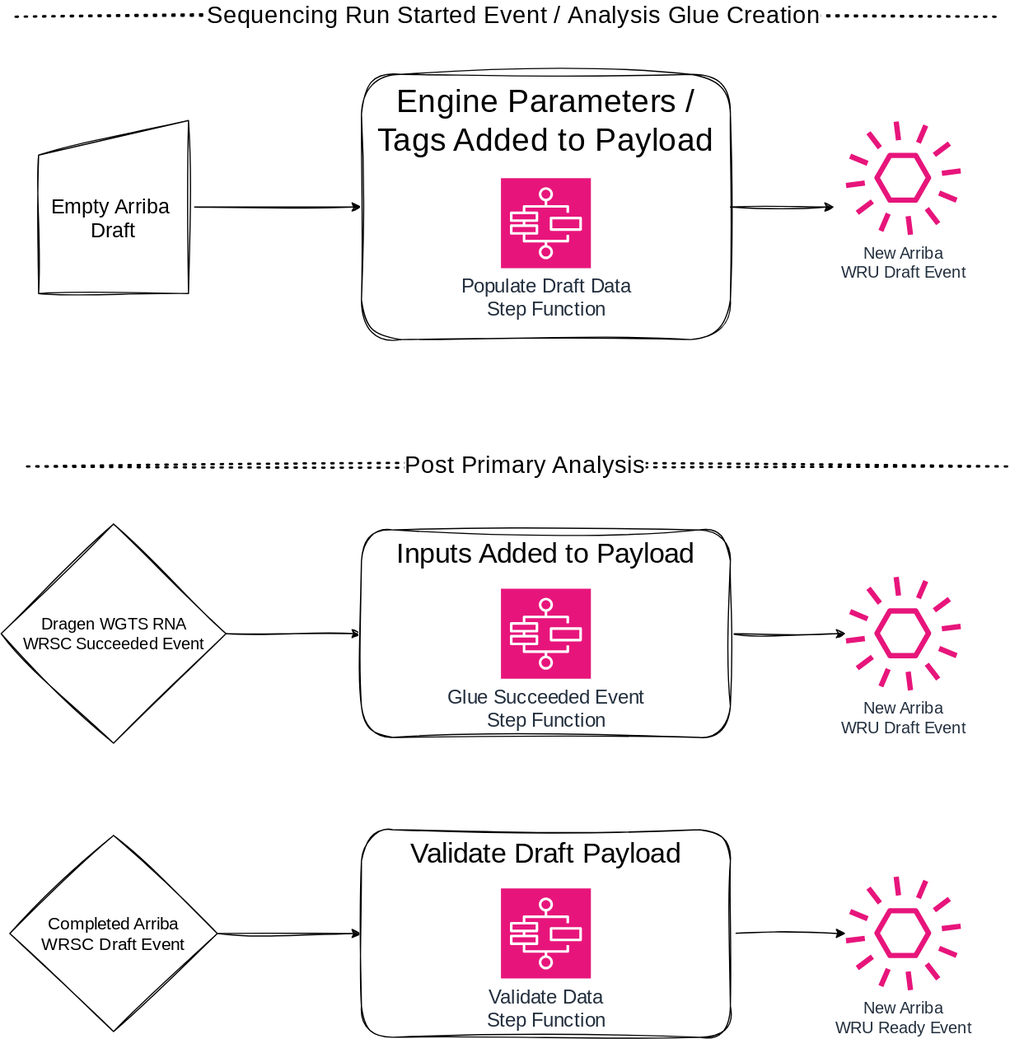
OrcaBus/service-arriba-wgts-rna-pipeline-manager keeps this draw.io diagram as docs/draw-io-exports/draft-to-ready.drawio.svg. Above is the earlier version. Source tidied: cells renumbered, new cells last; positions are measured from the earlier drawing's top-left corner, leaving out a move shared by most shapes. Its diagram source:
```xml
<mxGraphModel>
  <root>
    <mxCell id="0" />
    <mxCell id="1" parent="0" />
    <mxCell id="2" style="edgeStyle=orthogonalEdgeStyle;rounded=0;sketch=1;hachureGap=4;jiggle=2;curveFitting=1;jettySize=auto;html=1;fontFamily=Architects Daughter;fontSource=https%3A%2F%2Ffonts.googleapis.com%2Fcss%3Ffamily%3DArchitects%2BDaughter;" parent="1" edge="1" source="3" target="5">
      <mxGeometry relative="1" as="geometry" />
    </mxCell>
    <mxCell id="3" value="&lt;div&gt;&lt;br&gt;&lt;/div&gt;Empty Arriba&amp;nbsp;&lt;div&gt;Draft&lt;/div&gt;" style="shape=manualInput;whiteSpace=wrap;html=1;sketch=1;hachureGap=4;jiggle=2;curveFitting=1;fontFamily=Architects Daughter;fontSource=https%3A%2F%2Ffonts.googleapis.com%2Fcss%3Ffamily%3DArchitects%2BDaughter;fontSize=18;" parent="1" vertex="1">
      <mxGeometry x="32" y="90" width="130" height="150" as="geometry" />
    </mxCell>
    <mxCell id="4" style="edgeStyle=orthogonalEdgeStyle;rounded=0;sketch=1;hachureGap=4;jiggle=2;curveFitting=1;jettySize=auto;html=1;fontFamily=Architects Daughter;fontSource=https%3A%2F%2Ffonts.googleapis.com%2Fcss%3Ffamily%3DArchitects%2BDaughter;exitX=1;exitY=0.5;exitDx=0;exitDy=0;" parent="1" edge="1" source="5">
      <mxGeometry relative="1" as="geometry">
        <mxPoint x="722" y="165" as="targetPoint" />
      </mxGeometry>
    </mxCell>
    <mxCell id="5" value="Engine Parameters / Tags Added to Payload" style="rounded=1;whiteSpace=wrap;html=1;sketch=1;hachureGap=4;jiggle=2;curveFitting=1;fontFamily=Architects Daughter;fontSource=https%3A%2F%2Ffonts.googleapis.com%2Fcss%3Ffamily%3DArchitects%2BDaughter;verticalAlign=top;fontSize=28;" parent="1" vertex="1">
      <mxGeometry x="312" y="50" width="320" height="230" as="geometry" />
    </mxCell>
    <mxCell id="6" style="edgeStyle=orthogonalEdgeStyle;rounded=0;sketch=1;hachureGap=4;jiggle=2;curveFitting=1;jettySize=auto;html=1;fontFamily=Architects Daughter;fontSource=https%3A%2F%2Ffonts.googleapis.com%2Fcss%3Ffamily%3DArchitects%2BDaughter;" parent="1" edge="1" source="7" target="9">
      <mxGeometry relative="1" as="geometry" />
    </mxCell>
    <mxCell id="7" value="Dragen WGTS RNA &lt;br&gt;WRSC Succeeded Event" style="rhombus;whiteSpace=wrap;html=1;sketch=1;hachureGap=4;jiggle=2;curveFitting=1;fontFamily=Architects Daughter;fontSource=https%3A%2F%2Ffonts.googleapis.com%2Fcss%3Ffamily%3DArchitects%2BDaughter;fontSize=14;" parent="1" vertex="1">
      <mxGeometry x="-0.5" y="440" width="195" height="190" as="geometry" />
    </mxCell>
    <mxCell id="8" style="edgeStyle=orthogonalEdgeStyle;rounded=0;sketch=1;hachureGap=4;jiggle=2;curveFitting=1;jettySize=auto;html=1;exitX=1;exitY=0.5;exitDx=0;exitDy=0;fontFamily=Architects Daughter;fontSource=https%3A%2F%2Ffonts.googleapis.com%2Fcss%3Ffamily%3DArchitects%2BDaughter;" parent="1" edge="1" source="9" target="17">
      <mxGeometry relative="1" as="geometry" />
    </mxCell>
    <mxCell id="9" value="Inputs Added to Payload" style="rounded=1;whiteSpace=wrap;html=1;sketch=1;hachureGap=4;jiggle=2;curveFitting=1;fontFamily=Architects Daughter;fontSource=https%3A%2F%2Ffonts.googleapis.com%2Fcss%3Ffamily%3DArchitects%2BDaughter;verticalAlign=top;fontSize=24;" parent="1" vertex="1">
      <mxGeometry x="312" y="445" width="320" height="180" as="geometry" />
    </mxCell>
    <mxCell id="10" value="New Arriba&lt;br&gt;WRU Draft Event" style="sketch=0;fontColor=#232F3E;gradientColor=none;fillColor=#E7157B;strokeColor=none;dashed=0;verticalLabelPosition=bottom;verticalAlign=top;align=center;html=1;fontSize=14;fontStyle=0;shape=mxgraph.aws4.event;hachureGap=4;jiggle=2;curveFitting=1;fontFamily=Architects Daughter;fontSource=https%3A%2F%2Ffonts.googleapis.com%2Fcss%3Ffamily%3DArchitects%2BDaughter;" parent="1" vertex="1">
      <mxGeometry x="732" y="90" width="100" height="100" as="geometry" />
    </mxCell>
    <mxCell id="11" value="Populate Draft Data&lt;div&gt;Step Function&lt;/div&gt;" style="sketch=0;fontColor=#232F3E;fillColor=#E7157B;strokeColor=#ffffff;dashed=0;verticalLabelPosition=bottom;verticalAlign=top;align=center;html=1;fontSize=17;fontStyle=0;shape=mxgraph.aws4.resourceIcon;resIcon=mxgraph.aws4.step_functions;hachureGap=4;jiggle=2;curveFitting=1;fontFamily=Architects Daughter;fontSource=https%3A%2F%2Ffonts.googleapis.com%2Fcss%3Ffamily%3DArchitects%2BDaughter;" parent="1" vertex="1">
      <mxGeometry x="433" y="140" width="78" height="78" as="geometry" />
    </mxCell>
    <mxCell id="12" value="Glue Succeeded Event&lt;br&gt;Step Function" style="sketch=0;fontColor=#232F3E;fillColor=#E7157B;strokeColor=#ffffff;dashed=0;verticalLabelPosition=bottom;verticalAlign=top;align=center;html=1;fontSize=17;fontStyle=0;shape=mxgraph.aws4.resourceIcon;resIcon=mxgraph.aws4.step_functions;hachureGap=4;jiggle=2;curveFitting=1;fontFamily=Architects Daughter;fontSource=https%3A%2F%2Ffonts.googleapis.com%2Fcss%3Ffamily%3DArchitects%2BDaughter;" parent="1" vertex="1">
      <mxGeometry x="433" y="496" width="78" height="78" as="geometry" />
    </mxCell>
    <mxCell id="13" style="endArrow=none;dashed=1;html=1;dashPattern=1 3;strokeWidth=2;rounded=0;sketch=1;hachureGap=4;jiggle=2;curveFitting=1;fontFamily=Architects Daughter;fontSource=https%3A%2F%2Ffonts.googleapis.com%2Fcss%3Ffamily%3DArchitects%2BDaughter;" parent="1" edge="1">
      <mxGeometry relative="1" as="geometry">
        <mxPoint x="12" as="sourcePoint" />
        <mxPoint x="862" as="targetPoint" />
      </mxGeometry>
    </mxCell>
    <mxCell id="14" value="&lt;font style=&quot;font-size: 21px;&quot;&gt;Sequencing Run&amp;nbsp;&lt;/font&gt;&lt;span style=&quot;font-size: 21px; background-color: light-dark(#ffffff, var(--ge-dark-color, #121212)); color: light-dark(rgb(0, 0, 0), rgb(255, 255, 255));&quot;&gt;Started Event /&amp;nbsp;&lt;/span&gt;&lt;span style=&quot;background-color: light-dark(#ffffff, var(--ge-dark-color, #121212)); color: light-dark(rgb(0, 0, 0), rgb(255, 255, 255)); font-size: 21px;&quot;&gt;Analysis Glue Creation&lt;/span&gt;" style="edgeLabel;html=1;align=center;verticalAlign=middle;sketch=1;hachureGap=4;jiggle=2;curveFitting=1;fontFamily=Architects Daughter;fontSource=https%3A%2F%2Ffonts.googleapis.com%2Fcss%3Ffamily%3DArchitects%2BDaughter;" parent="13" vertex="1">
      <mxGeometry x="0.02" y="3" relative="1" as="geometry" />
    </mxCell>
    <mxCell id="15" style="endArrow=none;dashed=1;html=1;dashPattern=1 3;strokeWidth=2;rounded=0;sketch=1;hachureGap=4;jiggle=2;curveFitting=1;fontFamily=Architects Daughter;fontSource=https%3A%2F%2Ffonts.googleapis.com%2Fcss%3Ffamily%3DArchitects%2BDaughter;" parent="1" edge="1">
      <mxGeometry relative="1" as="geometry">
        <mxPoint x="22" y="390" as="sourcePoint" />
        <mxPoint x="872" y="390" as="targetPoint" />
      </mxGeometry>
    </mxCell>
    <mxCell id="16" value="&lt;font style=&quot;font-size: 21px;&quot;&gt;Post Primary Analysis&lt;/font&gt;" style="edgeLabel;html=1;align=center;verticalAlign=middle;sketch=1;hachureGap=4;jiggle=2;curveFitting=1;fontFamily=Architects Daughter;fontSource=https%3A%2F%2Ffonts.googleapis.com%2Fcss%3Ffamily%3DArchitects%2BDaughter;" parent="15" vertex="1">
      <mxGeometry x="0.02" y="3" relative="1" as="geometry" />
    </mxCell>
    <mxCell id="17" value="New Arriba&lt;br&gt;WRU Draft Event" style="sketch=0;outlineConnect=0;fontColor=#232F3E;gradientColor=none;fillColor=#E7157B;strokeColor=none;dashed=0;verticalLabelPosition=bottom;verticalAlign=top;align=center;html=1;fontSize=14;fontStyle=0;shape=mxgraph.aws4.event;hachureGap=4;jiggle=2;curveFitting=1;fontFamily=Architects Daughter;fontSource=https%3A%2F%2Ffonts.googleapis.com%2Fcss%3Ffamily%3DArchitects%2BDaughter;" parent="1" vertex="1">
      <mxGeometry x="732" y="485" width="100" height="100" as="geometry" />
    </mxCell>
    <mxCell id="18" style="edgeStyle=orthogonalEdgeStyle;rounded=0;sketch=1;hachureGap=4;jiggle=2;curveFitting=1;jettySize=auto;html=1;fontFamily=Architects Daughter;fontSource=https%3A%2F%2Ffonts.googleapis.com%2Fcss%3Ffamily%3DArchitects%2BDaughter;exitX=1;exitY=0.5;exitDx=0;exitDy=0;" parent="1" edge="1" source="23" target="20">
      <mxGeometry relative="1" as="geometry" />
    </mxCell>
    <mxCell id="19" style="edgeStyle=orthogonalEdgeStyle;rounded=0;sketch=1;hachureGap=4;jiggle=2;curveFitting=1;jettySize=auto;html=1;exitX=1;exitY=0.5;exitDx=0;exitDy=0;fontFamily=Architects Daughter;fontSource=https%3A%2F%2Ffonts.googleapis.com%2Fcss%3Ffamily%3DArchitects%2BDaughter;" parent="1" edge="1" source="20" target="22">
      <mxGeometry relative="1" as="geometry" />
    </mxCell>
    <mxCell id="20" value="Validate Draft Payload" style="rounded=1;whiteSpace=wrap;html=1;sketch=1;hachureGap=4;jiggle=2;curveFitting=1;fontFamily=Architects Daughter;fontSource=https%3A%2F%2Ffonts.googleapis.com%2Fcss%3Ffamily%3DArchitects%2BDaughter;verticalAlign=top;fontSize=24;" parent="1" vertex="1">
      <mxGeometry x="312" y="705" width="320" height="180" as="geometry" />
    </mxCell>
    <mxCell id="21" value="Validate Data&lt;br&gt;Step Function" style="sketch=0;fontColor=#232F3E;fillColor=#E7157B;strokeColor=#ffffff;dashed=0;verticalLabelPosition=bottom;verticalAlign=top;align=center;html=1;fontSize=17;fontStyle=0;shape=mxgraph.aws4.resourceIcon;resIcon=mxgraph.aws4.step_functions;hachureGap=4;jiggle=2;curveFitting=1;fontFamily=Architects Daughter;fontSource=https%3A%2F%2Ffonts.googleapis.com%2Fcss%3Ffamily%3DArchitects%2BDaughter;" parent="1" vertex="1">
      <mxGeometry x="433" y="756" width="78" height="78" as="geometry" />
    </mxCell>
    <mxCell id="22" value="New Arriba&lt;br&gt;WRU Ready&amp;nbsp;Event" style="sketch=0;outlineConnect=0;fontColor=#232F3E;gradientColor=none;fillColor=#E7157B;strokeColor=none;dashed=0;verticalLabelPosition=bottom;verticalAlign=top;align=center;html=1;fontSize=14;fontStyle=0;shape=mxgraph.aws4.event;hachureGap=4;jiggle=2;curveFitting=1;fontFamily=Architects Daughter;fontSource=https%3A%2F%2Ffonts.googleapis.com%2Fcss%3Ffamily%3DArchitects%2BDaughter;" parent="1" vertex="1">
      <mxGeometry x="732" y="745" width="100" height="100" as="geometry" />
    </mxCell>
    <mxCell id="23" value="&lt;font style=&quot;font-size: 15px;&quot;&gt;Completed Arriba &lt;br&gt;WRSC Draft Event&lt;/font&gt;" style="rhombus;whiteSpace=wrap;html=1;sketch=1;hachureGap=4;jiggle=2;curveFitting=1;fontFamily=Architects Daughter;fontSource=https%3A%2F%2Ffonts.googleapis.com%2Fcss%3Ffamily%3DArchitects%2BDaughter;fontSize=14;" parent="1" vertex="1">
      <mxGeometry x="7" y="710" width="180" height="170" as="geometry" />
    </mxCell>
  </root>
</mxGraphModel>
```
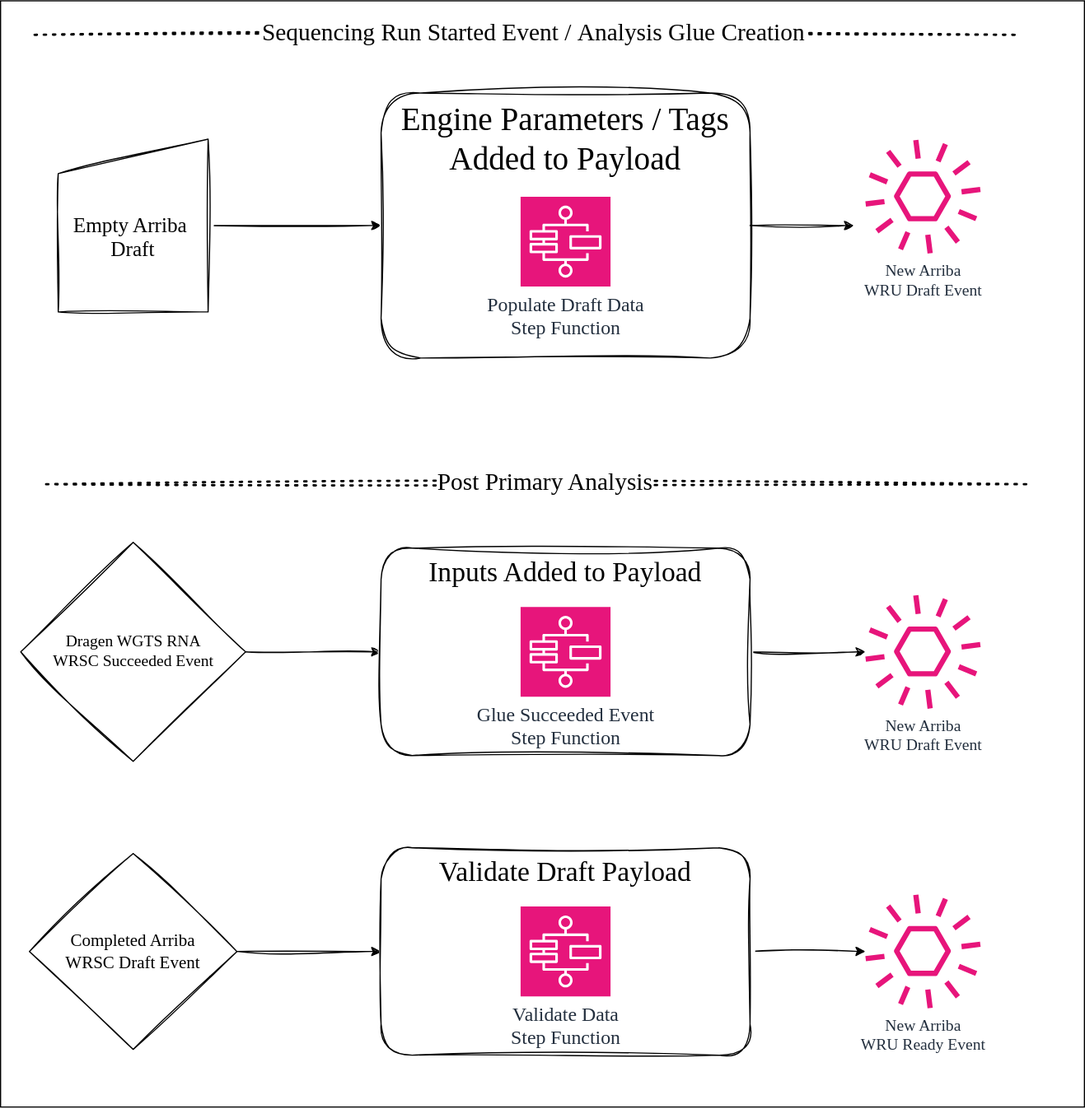
The same diagram one commit later.

Commit message:
Update readme and draft-to-ready diagram

Change to the diagram source:
```diff
@@ -2,6 +2,9 @@
   <root>
     <mxCell id="0" />
     <mxCell id="1" parent="0" />
+    <mxCell id="24" style="rounded=0;whiteSpace=wrap;html=1;hachureGap=4;fontFamily=Architects Daughter;fontSource=https%3A%2F%2Ffonts.googleapis.com%2Fcss%3Ffamily%3DArchitects%2BDaughter;" parent="1" vertex="1">
+      <mxGeometry x="-18" y="-30" width="940" height="960" as="geometry" />
+    </mxCell>
     <mxCell id="2" style="edgeStyle=orthogonalEdgeStyle;rounded=0;sketch=1;hachureGap=4;jiggle=2;curveFitting=1;jettySize=auto;html=1;fontFamily=Architects Daughter;fontSource=https%3A%2F%2Ffonts.googleapis.com%2Fcss%3Ffamily%3DArchitects%2BDaughter;" parent="1" edge="1" source="3" target="5">
       <mxGeometry relative="1" as="geometry" />
     </mxCell>
```
